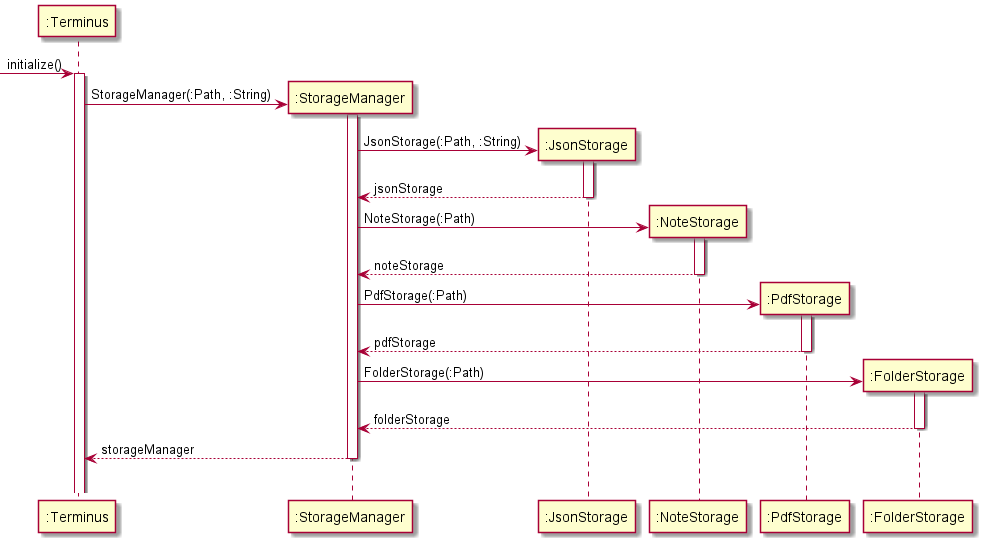
Above: docs/attachments/StorageInitializeSequenceDiagram.png in nus-cs2113-AY2122S1/tp (PlantUML), before the change.
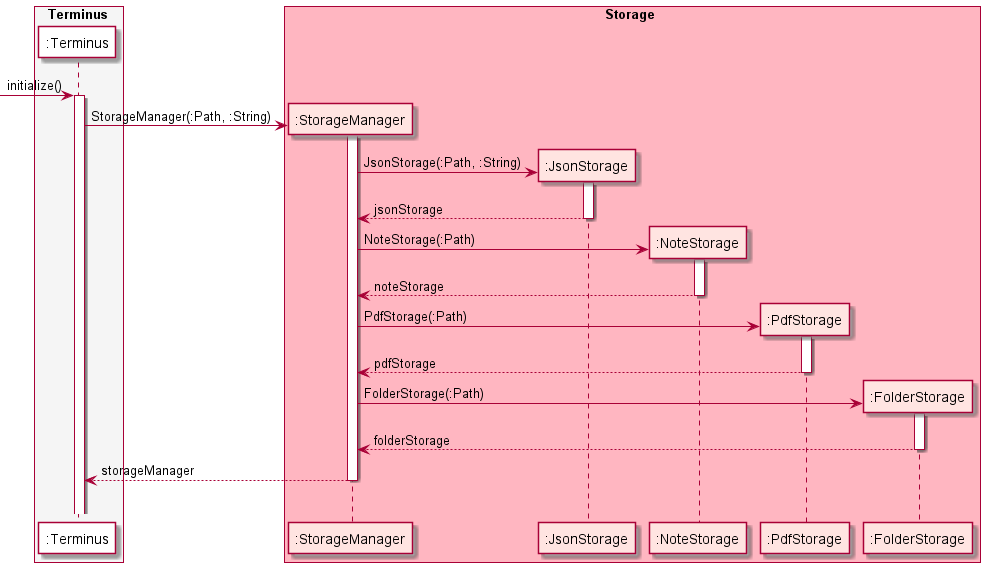
The same file after the commit.

Commit message:
Add loading sequence diagram for storage in DG

Change to the diagram source:
```diff
@@ -1,13 +1,16 @@
 @startuml
 
-participant ":Terminus" as Terminus
-participant ":StorageManager" as StorageManager
+box Terminus #whitesmoke
+participant ":Terminus" as Terminus #white
+endbox
 
-participant ":JsonStorage" as JsonStorage
-participant ":NoteStorage" as NoteStorage
-participant ":PdfStorage" as PdfStorage
-participant ":FolderStorage" as FolderStorage
-
+box Storage #lightpink
+participant ":StorageManager" as StorageManager #mistyrose
+participant ":JsonStorage" as JsonStorage #mistyrose
+participant ":NoteStorage" as NoteStorage #mistyrose
+participant ":PdfStorage" as PdfStorage #mistyrose
+participant ":FolderStorage" as FolderStorage #mistyrose
+endbox
 
 -> Terminus : initialize()
 activate Terminus
```
